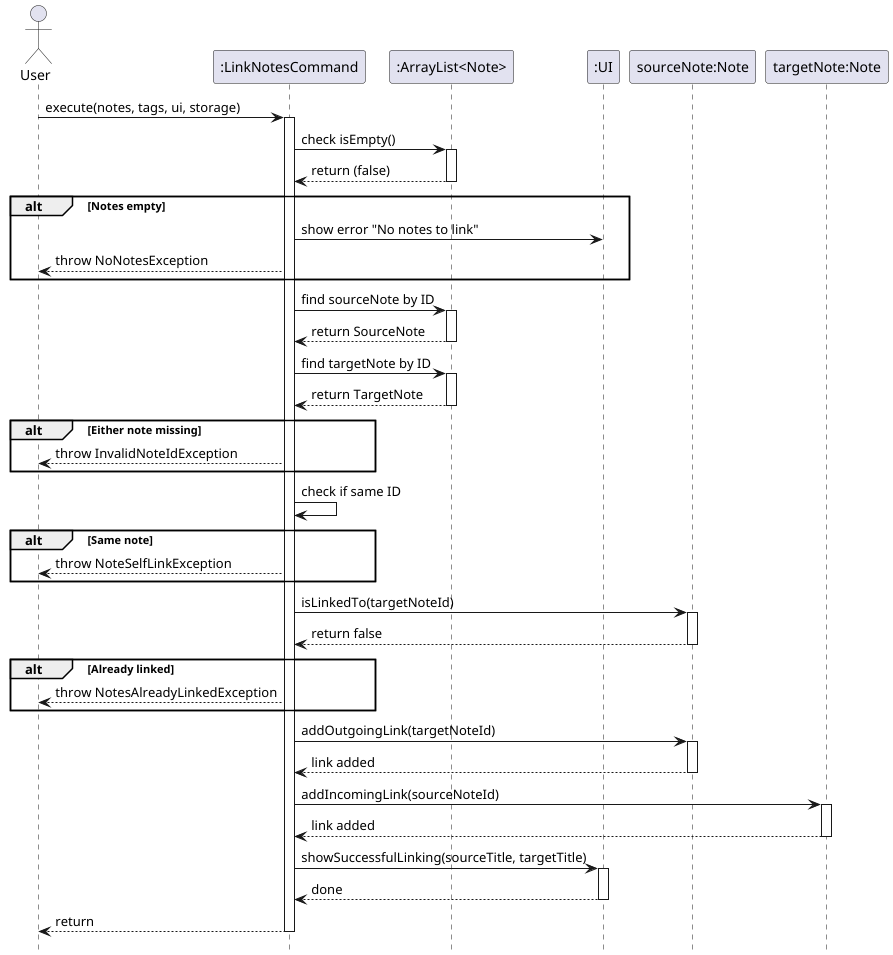
The PlantUML diagram docs/images/LinkCreationSequence.png in shauntsr/tp, before a commit. Its diagram source:
```plantuml
@startuml LinkCreationSequence
actor User
participant ":LinkNotesCommand" as Command
participant ":ArrayList<Note>" as Notes
participant ":UI" as UI
participant "sourceNote:Note" as SourceNote
participant "targetNote:Note" as TargetNote

hide footbox

User -> Command: execute(notes, tags, ui, storage)
activate Command

Command -> Notes: check isEmpty()
activate Notes
Notes --> Command: return (false)
deactivate Notes

alt Notes empty
    Command -> UI: show error "No notes to link"
    Command --> User: throw NoNotesException
end

Command -> Notes: find sourceNote by ID
activate Notes
Notes --> Command: return SourceNote
deactivate Notes

Command -> Notes: find targetNote by ID
activate Notes
Notes --> Command: return TargetNote
deactivate Notes

alt Either note missing
    Command --> User: throw InvalidNoteIdException
end

Command -> Command: check if same ID
alt Same note
    Command --> User: throw NoteSelfLinkException
end

Command -> SourceNote: isLinkedTo(targetNoteId)
activate SourceNote
SourceNote --> Command: return false
deactivate SourceNote

alt Already linked
    Command --> User: throw NotesAlreadyLinkedException
end

Command -> SourceNote: addOutgoingLink(targetNoteId)
activate SourceNote
SourceNote --> Command: link added
deactivate SourceNote

Command -> TargetNote: addIncomingLink(sourceNoteId)
activate TargetNote
TargetNote --> Command: link added
deactivate TargetNote

Command -> UI: showSuccessfulLinking(sourceTitle, targetTitle)
activate UI
UI --> Command: done
deactivate UI

Command --> User: return
deactivate Command
@enduml
```
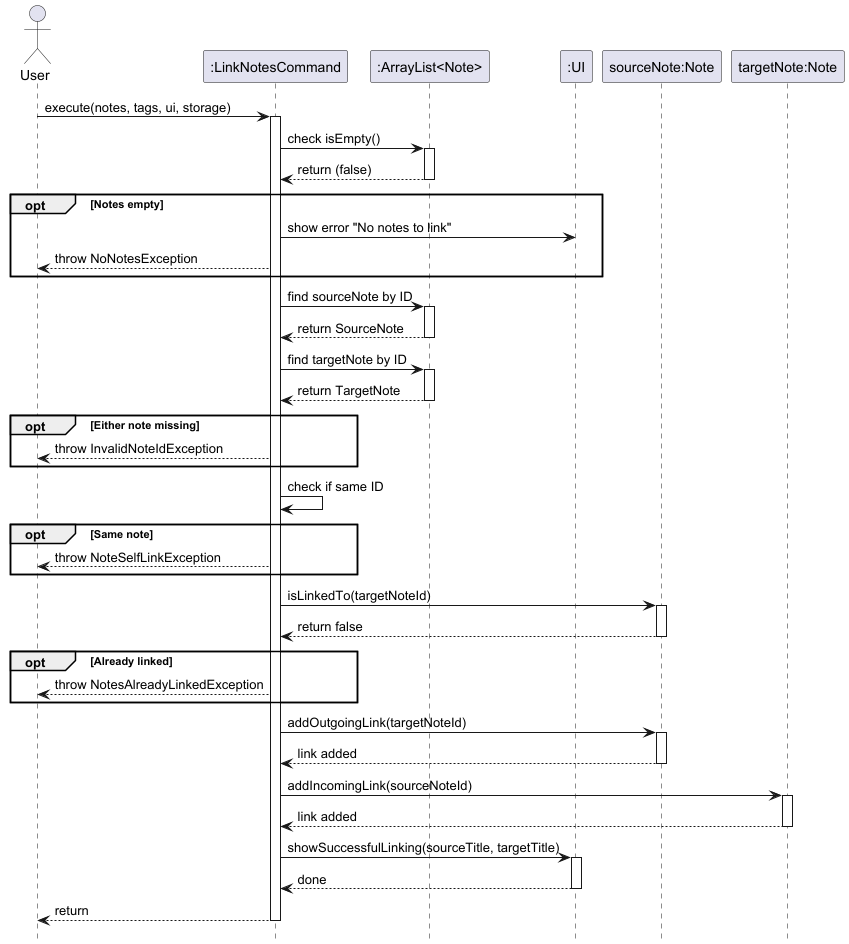
Later version of the same file.

Change to the diagram source:
```diff
@@ -16,7 +16,7 @@
 Notes --> Command: return (false)
 deactivate Notes
 
-alt Notes empty
+opt Notes empty
     Command -> UI: show error "No notes to link"
     Command --> User: throw NoNotesException
 end
@@ -31,12 +31,12 @@
 Notes --> Command: return TargetNote
 deactivate Notes
 
-alt Either note missing
+opt Either note missing
     Command --> User: throw InvalidNoteIdException
 end
 
 Command -> Command: check if same ID
-alt Same note
+opt Same note
     Command --> User: throw NoteSelfLinkException
 end
 
@@ -45,7 +45,7 @@
 SourceNote --> Command: return false
 deactivate SourceNote
 
-alt Already linked
+opt Already linked
     Command --> User: throw NotesAlreadyLinkedException
 end
 
```
